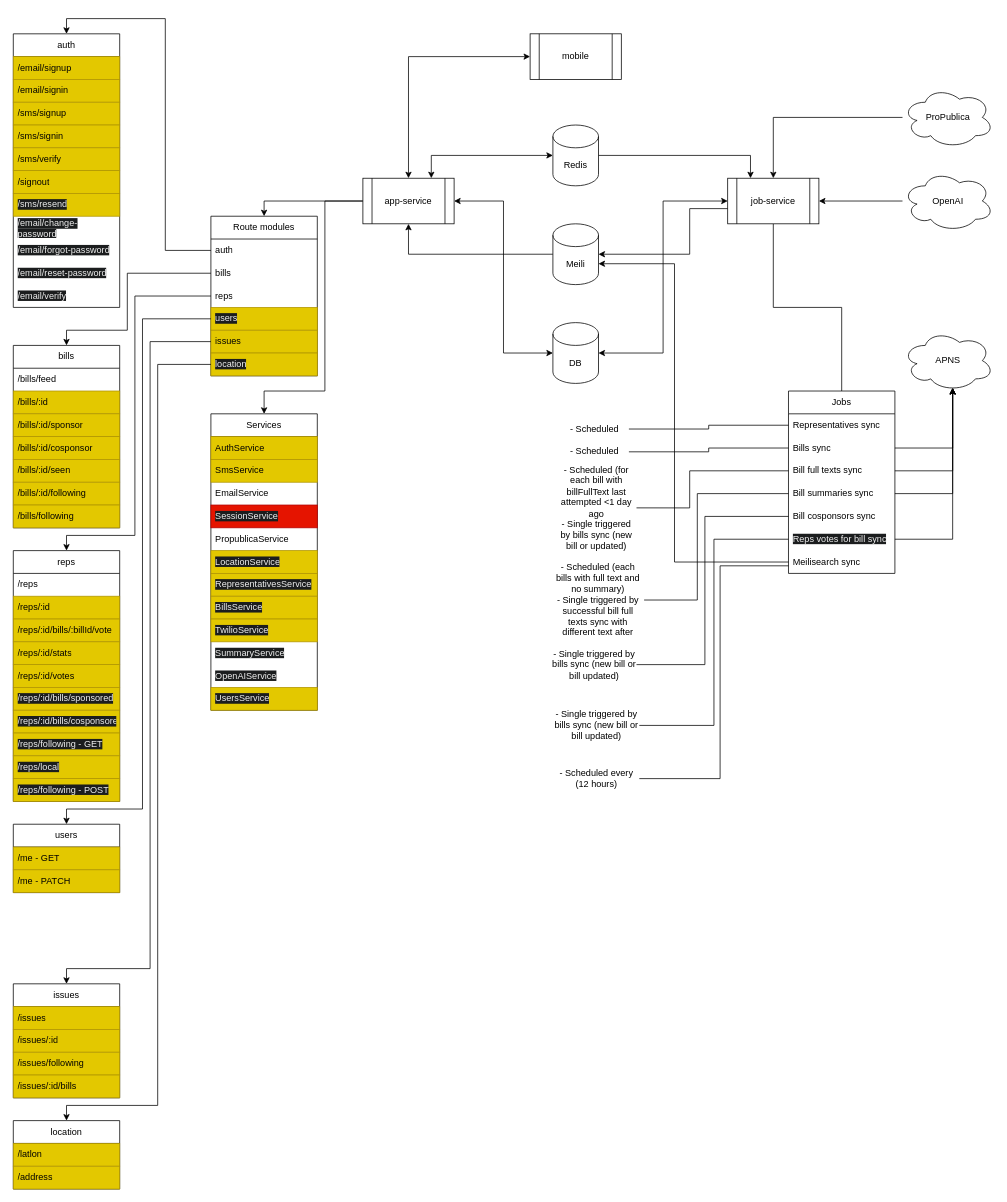
Earlier version of the draw.io diagram architecture/Architecture.drawio (Breakdown/breakdown-services). Source tidied: cells renumbered, new cells numbered last; positions are measured from the earlier drawing's top-left corner, leaving out a move shared by most shapes. Both pictures are drawn from the tidied source at 76%, with x=0, y=0 at pixel (13, 33).
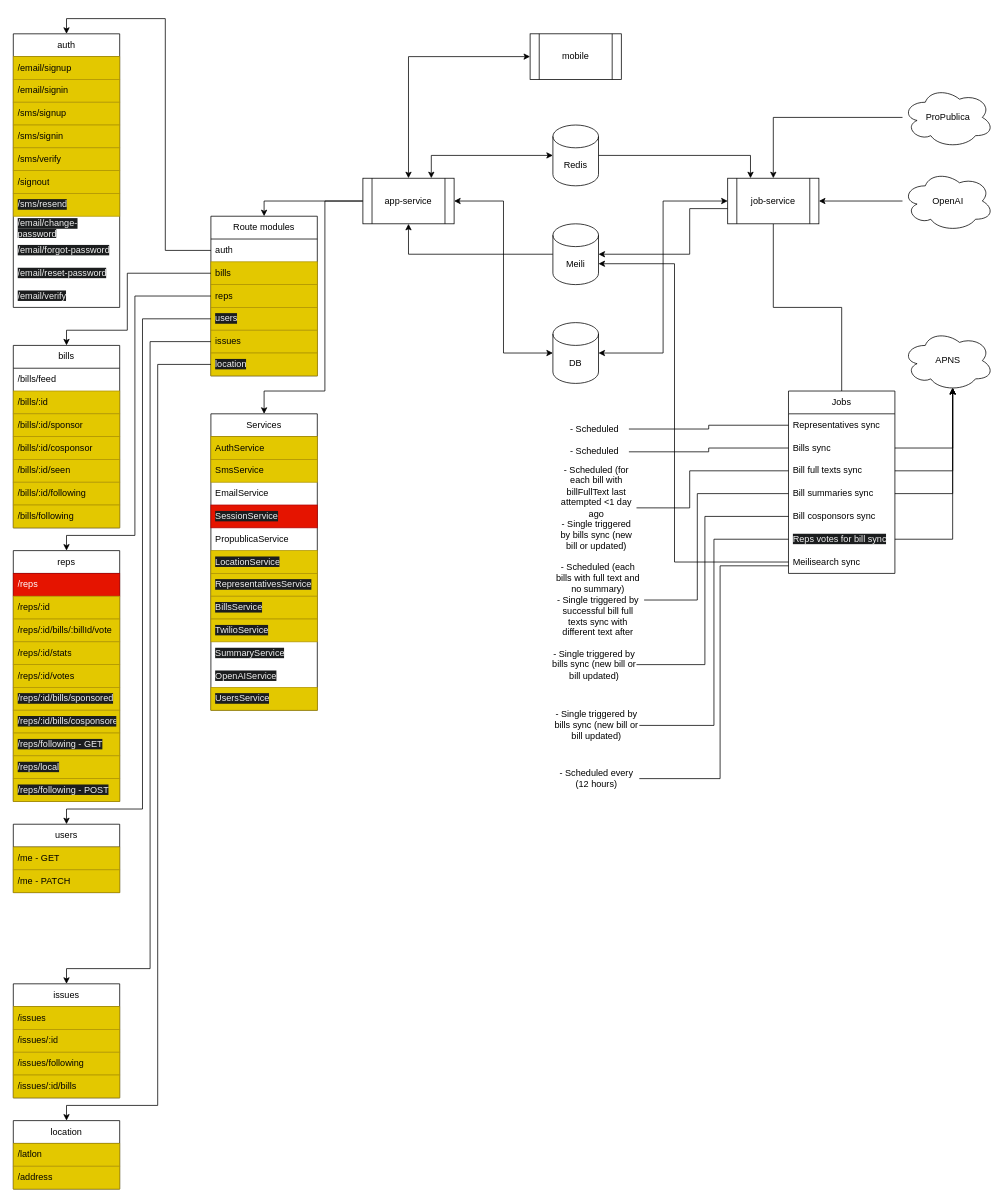
Above is the later version.

The change refers to these unchanged cells:
```xml
<mxCell id="36" value="Route modules" style="swimlane;fontStyle=0;horizontal=1;startSize=30;whiteSpace=wrap;html=1;" parent="1" vertex="1">
  <mxGeometry x="260" y="240" width="140" height="210" as="geometry" />
</mxCell>
<mxCell id="70" value="reps" style="swimlane;fontStyle=0;horizontal=1;startSize=30;whiteSpace=wrap;html=1;" parent="1" vertex="1">
  <mxGeometry y="680" width="140" height="330" as="geometry" />
</mxCell>
```

What changed in the source:
```diff
@@
-    <mxCell id="38" value="bills" style="text;strokeColor=none;fillColor=none;align=left;verticalAlign=middle;spacingLeft=4;spacingRight=4;overflow=hidden;points=[[0,0.5],[1,0.5]];portConstraint=eastwest;whiteSpace=wrap;html=1;" parent="36" vertex="1">
+    <mxCell id="38" value="bills" style="text;strokeColor=#B09500;fillColor=#e3c800;align=left;verticalAlign=middle;spacingLeft=4;spacingRight=4;overflow=hidden;points=[[0,0.5],[1,0.5]];portConstraint=eastwest;whiteSpace=wrap;html=1;fontColor=#000000;" parent="36" vertex="1">
       <mxGeometry y="60" width="140" height="30" as="geometry" />
     </mxCell>
-    <mxCell id="39" value="reps" style="text;strokeColor=none;fillColor=none;align=left;verticalAlign=middle;spacingLeft=4;spacingRight=4;overflow=hidden;points=[[0,0.5],[1,0.5]];portConstraint=eastwest;whiteSpace=wrap;html=1;" parent="36" vertex="1">
+    <mxCell id="39" value="reps" style="text;strokeColor=#B09500;fillColor=#e3c800;align=left;verticalAlign=middle;spacingLeft=4;spacingRight=4;overflow=hidden;points=[[0,0.5],[1,0.5]];portConstraint=eastwest;whiteSpace=wrap;html=1;fontColor=#000000;" parent="36" vertex="1">
       <mxGeometry y="90" width="140" height="30" as="geometry" />
     </mxCell>
@@
-    <mxCell id="71" value="/reps" style="text;strokeColor=none;fillColor=none;align=left;verticalAlign=middle;spacingLeft=4;spacingRight=4;overflow=hidden;whiteSpace=wrap;html=1;" parent="70" vertex="1">
+    <mxCell id="71" value="/reps" style="text;strokeColor=#B20000;fillColor=#e51400;align=left;verticalAlign=middle;spacingLeft=4;spacingRight=4;overflow=hidden;whiteSpace=wrap;html=1;fontColor=#ffffff;" parent="70" vertex="1">
       <mxGeometry y="30" width="140" height="30" as="geometry" />
     </mxCell>
```
